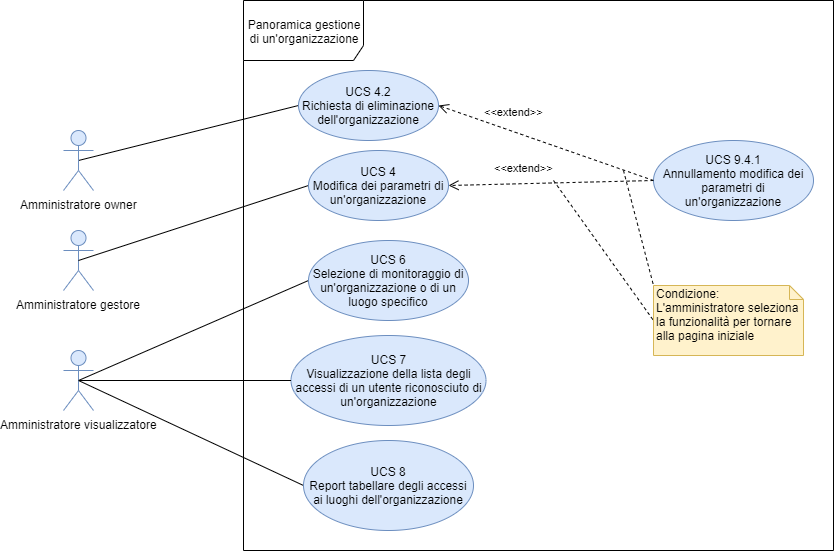
The draw.io diagram DocumentazioneEsterna/AnalisiDeiRequisiti/Sezioni/UseCase/Immagini/PanoramicaGestioneOrganizzazione.png in qb-team/Stalker-Documentazione, before a commit. Source tidied: cells renumbered, new cells last; positions are measured from the earlier drawing's top-left corner, leaving out a move shared by most shapes. The source it was exported from:
```xml
<mxGraphModel>
  <root>
    <mxCell id="0" />
    <mxCell id="1" parent="0" />
    <mxCell id="2" value="Amministratore gestore" style="shape=umlActor;verticalLabelPosition=bottom;labelBackgroundColor=#ffffff;verticalAlign=top;html=1;outlineConnect=0;fillColor=#dae8fc;strokeColor=#6c8ebf;" parent="1" vertex="1">
      <mxGeometry y="230" width="30" height="60" as="geometry" />
    </mxCell>
    <mxCell id="3" value="Panoramica gestione di un'organizzazione" style="shape=umlFrame;whiteSpace=wrap;html=1;width=120;height=60;" parent="1" vertex="1">
      <mxGeometry x="180" width="590" height="550" as="geometry" />
    </mxCell>
    <mxCell id="4" style="endArrow=none;html=1;exitX=0.5;exitY=0.5;exitDx=0;exitDy=0;exitPerimeter=0;entryX=0;entryY=0.5;entryDx=0;entryDy=0;" parent="1" edge="1" source="2" target="5">
      <mxGeometry relative="1" as="geometry" />
    </mxCell>
    <mxCell id="5" value="UCS 4&lt;br&gt;Modifica dei parametri di un'organizzazione" style="ellipse;whiteSpace=wrap;html=1;fillColor=#dae8fc;strokeColor=#6c8ebf;" parent="1" vertex="1">
      <mxGeometry x="245" y="150" width="140" height="70" as="geometry" />
    </mxCell>
    <mxCell id="6" style="endArrow=none;html=1;exitX=0.5;exitY=0.5;exitDx=0;exitDy=0;exitPerimeter=0;entryX=0;entryY=0.5;entryDx=0;entryDy=0;" parent="1" edge="1" source="19" target="7">
      <mxGeometry relative="1" as="geometry" />
    </mxCell>
    <mxCell id="7" value="UCS 6&lt;br&gt;Selezione di monitoraggio di un'organizzazione o di un luogo specifico" style="ellipse;whiteSpace=wrap;html=1;fillColor=#dae8fc;strokeColor=#6c8ebf;" parent="1" vertex="1">
      <mxGeometry x="245" y="240" width="160" height="80" as="geometry" />
    </mxCell>
    <mxCell id="8" value="UCS 7&lt;br&gt;Visualizzazione della lista degli accessi di un utente riconosciuto di un'organizzazione" style="ellipse;whiteSpace=wrap;html=1;fillColor=#dae8fc;strokeColor=#6c8ebf;" parent="1" vertex="1">
      <mxGeometry x="227.5" y="335" width="195" height="90" as="geometry" />
    </mxCell>
    <mxCell id="9" value="&amp;lt;&amp;lt;extend&amp;gt;&amp;gt;" style="html=1;verticalAlign=bottom;endArrow=open;dashed=1;endSize=8;entryX=1;entryY=0.5;entryDx=0;entryDy=0;exitX=0;exitY=0.5;exitDx=0;exitDy=0;" parent="1" edge="1" source="10" target="5">
      <mxGeometry x="0.26" y="-7" relative="1" as="geometry" />
    </mxCell>
    <mxCell id="10" value="UCS 9.4.1&lt;br&gt;Annullamento modifica dei parametri di un'organizzazione" style="ellipse;whiteSpace=wrap;html=1;fillColor=#dae8fc;strokeColor=#6c8ebf;" parent="1" vertex="1">
      <mxGeometry x="590" y="140" width="160" height="80" as="geometry" />
    </mxCell>
    <mxCell id="11" style="endArrow=none;html=1;exitX=0.5;exitY=0.5;exitDx=0;exitDy=0;exitPerimeter=0;entryX=0;entryY=0.5;entryDx=0;entryDy=0;" parent="1" edge="1" source="14" target="12">
      <mxGeometry relative="1" as="geometry" />
    </mxCell>
    <mxCell id="12" value="UCS 4.2&lt;br&gt;Richiesta di eliminazione dell'organizzazione" style="ellipse;whiteSpace=wrap;html=1;fillColor=#dae8fc;strokeColor=#6c8ebf;" parent="1" vertex="1">
      <mxGeometry x="235" y="70" width="140" height="70" as="geometry" />
    </mxCell>
    <mxCell id="13" style="endArrow=none;html=1;exitX=0.5;exitY=0.5;exitDx=0;exitDy=0;exitPerimeter=0;entryX=0;entryY=0.5;entryDx=0;entryDy=0;" parent="1" edge="1" source="19" target="8">
      <mxGeometry relative="1" as="geometry" />
    </mxCell>
    <mxCell id="14" value="Amministratore owner" style="shape=umlActor;verticalLabelPosition=bottom;labelBackgroundColor=#ffffff;verticalAlign=top;html=1;outlineConnect=0;fillColor=#dae8fc;strokeColor=#6c8ebf;" parent="1" vertex="1">
      <mxGeometry y="130" width="30" height="60" as="geometry" />
    </mxCell>
    <mxCell id="15" style="endArrow=none;dashed=1;html=1;entryX=0;entryY=0.5;entryDx=0;entryDy=0;entryPerimeter=0;" parent="1" edge="1" target="16">
      <mxGeometry relative="1" as="geometry">
        <mxPoint x="490" y="180" as="sourcePoint" />
      </mxGeometry>
    </mxCell>
    <mxCell id="16" value="Condizione:&lt;br&gt;L'amministratore seleziona la funzionalità per tornare alla pagina iniziale" style="shape=note;whiteSpace=wrap;html=1;size=14;verticalAlign=top;align=left;spacingTop=-6;fillColor=#fff2cc;strokeColor=#d6b656;" parent="1" vertex="1">
      <mxGeometry x="590" y="285" width="150" height="70" as="geometry" />
    </mxCell>
    <mxCell id="17" value="&amp;lt;&amp;lt;extend&amp;gt;&amp;gt;" style="html=1;verticalAlign=bottom;endArrow=open;dashed=1;endSize=8;entryX=1;entryY=0.5;entryDx=0;entryDy=0;exitX=0;exitY=0.5;exitDx=0;exitDy=0;" parent="1" edge="1" source="10" target="12">
      <mxGeometry x="0.33" y="-11" relative="1" as="geometry" />
    </mxCell>
    <mxCell id="18" style="endArrow=none;dashed=1;html=1;entryX=0;entryY=0;entryDx=0;entryDy=0;entryPerimeter=0;" parent="1" edge="1" target="16">
      <mxGeometry relative="1" as="geometry">
        <mxPoint x="560" y="170" as="sourcePoint" />
      </mxGeometry>
    </mxCell>
    <mxCell id="19" value="Amministratore visualizzatore" style="shape=umlActor;verticalLabelPosition=bottom;labelBackgroundColor=#ffffff;verticalAlign=top;html=1;outlineConnect=0;fillColor=#dae8fc;strokeColor=#6c8ebf;" parent="1" vertex="1">
      <mxGeometry y="350" width="30" height="60" as="geometry" />
    </mxCell>
    <mxCell id="20" style="endArrow=none;html=1;entryX=0.5;entryY=0.5;entryDx=0;entryDy=0;entryPerimeter=0;exitX=0;exitY=0.5;exitDx=0;exitDy=0;" parent="1" edge="1" source="21" target="19">
      <mxGeometry relative="1" as="geometry" />
    </mxCell>
    <mxCell id="21" value="UCS 8&lt;br&gt;Report tabellare degli accessi ai luoghi dell'organizzazione" style="ellipse;whiteSpace=wrap;html=1;fillColor=#dae8fc;strokeColor=#6c8ebf;" parent="1" vertex="1">
      <mxGeometry x="240" y="440" width="170" height="90" as="geometry" />
    </mxCell>
  </root>
</mxGraphModel>
```
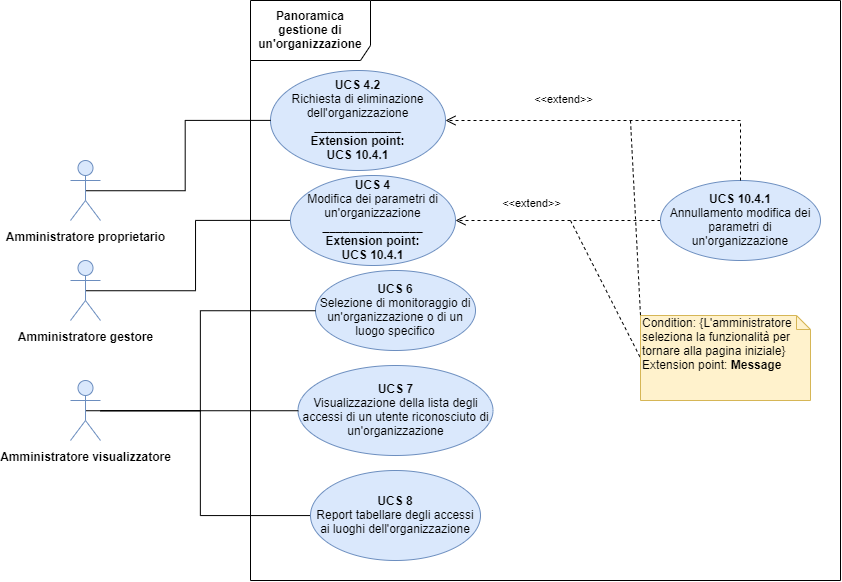
Later version of the same file.

Diff of the diagram source:
```diff
@@ -2,68 +2,82 @@
   <root>
     <mxCell id="0" />
     <mxCell id="1" parent="0" />
+    <mxCell id="4" style="edgeStyle=orthogonalEdgeStyle;rounded=0;jettySize=auto;html=1;entryX=0;entryY=0.5;entryDx=0;entryDy=0;endArrow=none;endFill=0;exitX=0.5;exitY=0.5;exitDx=0;exitDy=0;exitPerimeter=0;" parent="1" edge="1" source="2" target="5">
+      <mxGeometry relative="1" as="geometry" />
+    </mxCell>
-    <mxCell id="2" value="Amministratore gestore" style="shape=umlActor;verticalLabelPosition=bottom;labelBackgroundColor=#ffffff;verticalAlign=top;html=1;outlineConnect=0;fillColor=#dae8fc;strokeColor=#6c8ebf;" parent="1" vertex="1">
+    <mxCell id="2" value="&lt;b&gt;Amministratore gestore&lt;/b&gt;" style="shape=umlActor;verticalLabelPosition=bottom;labelBackgroundColor=#ffffff;verticalAlign=top;html=1;outlineConnect=0;fillColor=#dae8fc;strokeColor=#6c8ebf;" parent="1" vertex="1">
       <mxGeometry y="230" width="30" height="60" as="geometry" />
     </mxCell>
-    <mxCell id="3" value="Panoramica gestione di un'organizzazione" style="shape=umlFrame;whiteSpace=wrap;html=1;width=120;height=60;" parent="1" vertex="1">
-      <mxGeometry x="180" width="590" height="550" as="geometry" />
+    <mxCell id="3" value="&lt;b&gt;Panoramica gestione di un'organizzazione&lt;/b&gt;" style="shape=umlFrame;whiteSpace=wrap;html=1;width=120;height=60;" parent="1" vertex="1">
+      <mxGeometry x="180" y="-30" width="590" height="580" as="geometry" />
     </mxCell>
-    <mxCell id="4" style="endArrow=none;html=1;exitX=0.5;exitY=0.5;exitDx=0;exitDy=0;exitPerimeter=0;entryX=0;entryY=0.5;entryDx=0;entryDy=0;" parent="1" edge="1" source="2" target="5">
-      <mxGeometry relative="1" as="geometry" />
-    </mxCell>
-    <mxCell id="5" value="UCS 4&lt;br&gt;Modifica dei parametri di un'organizzazione" style="ellipse;whiteSpace=wrap;html=1;fillColor=#dae8fc;strokeColor=#6c8ebf;" parent="1" vertex="1">
-      <mxGeometry x="245" y="150" width="140" height="70" as="geometry" />
+    <mxCell id="5" value="&lt;b&gt;UCS 4&lt;br&gt;&lt;/b&gt;Modifica dei parametri di un'organizzazione&lt;br&gt;&lt;b&gt;_______________&lt;br&gt;Extension point:&lt;br&gt;UCS 10.4.1&lt;/b&gt;" style="ellipse;whiteSpace=wrap;html=1;fillColor=#dae8fc;strokeColor=#6c8ebf;" parent="1" vertex="1">
+      <mxGeometry x="220" y="145" width="165" height="90" as="geometry" />
     </mxCell>
-    <mxCell id="6" style="endArrow=none;html=1;exitX=0.5;exitY=0.5;exitDx=0;exitDy=0;exitPerimeter=0;entryX=0;entryY=0.5;entryDx=0;entryDy=0;" parent="1" edge="1" source="19" target="7">
-      <mxGeometry relative="1" as="geometry" />
-    </mxCell>
-    <mxCell id="7" value="UCS 6&lt;br&gt;Selezione di monitoraggio di un'organizzazione o di un luogo specifico" style="ellipse;whiteSpace=wrap;html=1;fillColor=#dae8fc;strokeColor=#6c8ebf;" parent="1" vertex="1">
+    <mxCell id="7" value="&lt;b&gt;UCS 6&lt;br&gt;&lt;/b&gt;Selezione di monitoraggio di un'organizzazione o di un luogo specifico" style="ellipse;whiteSpace=wrap;html=1;fillColor=#dae8fc;strokeColor=#6c8ebf;" parent="1" vertex="1">
       <mxGeometry x="245" y="240" width="160" height="80" as="geometry" />
     </mxCell>
-    <mxCell id="8" value="UCS 7&lt;br&gt;Visualizzazione della lista degli accessi di un utente riconosciuto di un'organizzazione" style="ellipse;whiteSpace=wrap;html=1;fillColor=#dae8fc;strokeColor=#6c8ebf;" parent="1" vertex="1">
+    <mxCell id="8" value="&lt;b&gt;UCS 7&lt;br&gt;&lt;/b&gt;Visualizzazione della lista degli accessi di un utente riconosciuto di un'organizzazione" style="ellipse;whiteSpace=wrap;html=1;fillColor=#dae8fc;strokeColor=#6c8ebf;" parent="1" vertex="1">
       <mxGeometry x="227.5" y="335" width="195" height="90" as="geometry" />
     </mxCell>
     <mxCell id="9" value="&amp;lt;&amp;lt;extend&amp;gt;&amp;gt;" style="html=1;verticalAlign=bottom;endArrow=open;dashed=1;endSize=8;entryX=1;entryY=0.5;entryDx=0;entryDy=0;exitX=0;exitY=0.5;exitDx=0;exitDy=0;" parent="1" edge="1" source="10" target="5">
       <mxGeometry x="0.26" y="-7" relative="1" as="geometry" />
     </mxCell>
-    <mxCell id="10" value="UCS 9.4.1&lt;br&gt;Annullamento modifica dei parametri di un'organizzazione" style="ellipse;whiteSpace=wrap;html=1;fillColor=#dae8fc;strokeColor=#6c8ebf;" parent="1" vertex="1">
-      <mxGeometry x="590" y="140" width="160" height="80" as="geometry" />
+    <mxCell id="10" value="&lt;b&gt;UCS 10.4.1&lt;br&gt;&lt;/b&gt;Annullamento modifica dei parametri di un'organizzazione" style="ellipse;whiteSpace=wrap;html=1;fillColor=#dae8fc;strokeColor=#6c8ebf;" parent="1" vertex="1">
+      <mxGeometry x="590" y="150" width="160" height="80" as="geometry" />
     </mxCell>
+    <mxCell id="12" value="&lt;b&gt;UCS 4.2&lt;br&gt;&lt;/b&gt;Richiesta di eliminazione dell'organizzazione&lt;br&gt;&lt;b&gt;_____________&lt;br&gt;Extension point:&lt;br&gt;UCS 10.4.1&lt;/b&gt;" style="ellipse;whiteSpace=wrap;html=1;fillColor=#dae8fc;strokeColor=#6c8ebf;" parent="1" vertex="1">
+      <mxGeometry x="200" y="40" width="175" height="100" as="geometry" />
+    </mxCell>
-    <mxCell id="11" style="endArrow=none;html=1;exitX=0.5;exitY=0.5;exitDx=0;exitDy=0;exitPerimeter=0;entryX=0;entryY=0.5;entryDx=0;entryDy=0;" parent="1" edge="1" source="14" target="12">
+    <mxCell id="11" style="edgeStyle=orthogonalEdgeStyle;rounded=0;jettySize=auto;html=1;entryX=0;entryY=0.5;entryDx=0;entryDy=0;endArrow=none;endFill=0;exitX=0.5;exitY=0.5;exitDx=0;exitDy=0;exitPerimeter=0;" parent="1" edge="1" source="14" target="12">
       <mxGeometry relative="1" as="geometry" />
     </mxCell>
-    <mxCell id="12" value="UCS 4.2&lt;br&gt;Richiesta di eliminazione dell'organizzazione" style="ellipse;whiteSpace=wrap;html=1;fillColor=#dae8fc;strokeColor=#6c8ebf;" parent="1" vertex="1">
-      <mxGeometry x="235" y="70" width="140" height="70" as="geometry" />
-    </mxCell>
-    <mxCell id="13" style="endArrow=none;html=1;exitX=0.5;exitY=0.5;exitDx=0;exitDy=0;exitPerimeter=0;entryX=0;entryY=0.5;entryDx=0;entryDy=0;" parent="1" edge="1" source="19" target="8">
-      <mxGeometry relative="1" as="geometry" />
-    </mxCell>
-    <mxCell id="14" value="Amministratore owner" style="shape=umlActor;verticalLabelPosition=bottom;labelBackgroundColor=#ffffff;verticalAlign=top;html=1;outlineConnect=0;fillColor=#dae8fc;strokeColor=#6c8ebf;" parent="1" vertex="1">
+    <mxCell id="14" value="&lt;b&gt;Amministratore proprietario&lt;/b&gt;" style="shape=umlActor;verticalLabelPosition=bottom;labelBackgroundColor=#ffffff;verticalAlign=top;html=1;outlineConnect=0;fillColor=#dae8fc;strokeColor=#6c8ebf;" parent="1" vertex="1">
       <mxGeometry y="130" width="30" height="60" as="geometry" />
     </mxCell>
     <mxCell id="15" style="endArrow=none;dashed=1;html=1;entryX=0;entryY=0.5;entryDx=0;entryDy=0;entryPerimeter=0;" parent="1" edge="1" target="16">
       <mxGeometry relative="1" as="geometry">
-        <mxPoint x="490" y="180" as="sourcePoint" />
+        <mxPoint x="500" y="190" as="sourcePoint" />
       </mxGeometry>
     </mxCell>
-    <mxCell id="16" value="Condizione:&lt;br&gt;L'amministratore seleziona la funzionalità per tornare alla pagina iniziale" style="shape=note;whiteSpace=wrap;html=1;size=14;verticalAlign=top;align=left;spacingTop=-6;fillColor=#fff2cc;strokeColor=#d6b656;" parent="1" vertex="1">
-      <mxGeometry x="590" y="285" width="150" height="70" as="geometry" />
+    <mxCell id="16" value="Condition: {L'amministratore seleziona la funzionalità per tornare alla pagina iniziale}&lt;br&gt;Extension point: &lt;b&gt;Message&lt;/b&gt;" style="shape=note;whiteSpace=wrap;html=1;size=14;verticalAlign=top;align=left;spacingTop=-6;fillColor=#fff2cc;strokeColor=#d6b656;" parent="1" vertex="1">
+      <mxGeometry x="570" y="285" width="170" height="85" as="geometry" />
     </mxCell>
-    <mxCell id="17" value="&amp;lt;&amp;lt;extend&amp;gt;&amp;gt;" style="html=1;verticalAlign=bottom;endArrow=open;dashed=1;endSize=8;entryX=1;entryY=0.5;entryDx=0;entryDy=0;exitX=0;exitY=0.5;exitDx=0;exitDy=0;" parent="1" edge="1" source="10" target="12">
-      <mxGeometry x="0.33" y="-11" relative="1" as="geometry" />
+    <mxCell id="17" value="&amp;lt;&amp;lt;extend&amp;gt;&amp;gt;" style="html=1;verticalAlign=bottom;endArrow=open;dashed=1;endSize=8;entryX=1;entryY=0.5;entryDx=0;entryDy=0;exitX=0.5;exitY=0;exitDx=0;exitDy=0;rounded=0;" parent="1" edge="1" source="10" target="12">
+      <mxGeometry x="0.33" y="-11" relative="1" as="geometry">
+        <Array as="points">
+          <mxPoint x="670" y="90" />
+        </Array>
+      </mxGeometry>
     </mxCell>
     <mxCell id="18" style="endArrow=none;dashed=1;html=1;entryX=0;entryY=0;entryDx=0;entryDy=0;entryPerimeter=0;" parent="1" edge="1" target="16">
       <mxGeometry relative="1" as="geometry">
-        <mxPoint x="560" y="170" as="sourcePoint" />
+        <mxPoint x="560" y="90" as="sourcePoint" />
       </mxGeometry>
     </mxCell>
+    <mxCell id="6" style="edgeStyle=orthogonalEdgeStyle;rounded=0;jettySize=auto;html=1;entryX=0;entryY=0.5;entryDx=0;entryDy=0;endArrow=none;endFill=0;exitX=0.5;exitY=0.5;exitDx=0;exitDy=0;exitPerimeter=0;" parent="1" edge="1" source="19" target="7">
+      <mxGeometry relative="1" as="geometry">
+        <Array as="points">
+          <mxPoint x="130" y="380" />
+          <mxPoint x="130" y="280" />
+        </Array>
+      </mxGeometry>
+    </mxCell>
+    <mxCell id="13" style="edgeStyle=orthogonalEdgeStyle;rounded=0;jettySize=auto;html=1;entryX=0;entryY=0.5;entryDx=0;entryDy=0;endArrow=none;endFill=0;" parent="1" edge="1" source="19" target="8">
+      <mxGeometry relative="1" as="geometry" />
+    </mxCell>
+    <mxCell id="22" style="edgeStyle=orthogonalEdgeStyle;rounded=0;jettySize=auto;html=1;entryX=0;entryY=0.5;entryDx=0;entryDy=0;endArrow=none;endFill=0;" parent="1" edge="1" source="19" target="21">
+      <mxGeometry relative="1" as="geometry">
+        <Array as="points">
+          <mxPoint x="130" y="380" />
+          <mxPoint x="130" y="485" />
+        </Array>
+      </mxGeometry>
+    </mxCell>
-    <mxCell id="19" value="Amministratore visualizzatore" style="shape=umlActor;verticalLabelPosition=bottom;labelBackgroundColor=#ffffff;verticalAlign=top;html=1;outlineConnect=0;fillColor=#dae8fc;strokeColor=#6c8ebf;" parent="1" vertex="1">
+    <mxCell id="19" value="&lt;b&gt;Amministratore visualizzatore&lt;/b&gt;" style="shape=umlActor;verticalLabelPosition=bottom;labelBackgroundColor=#ffffff;verticalAlign=top;html=1;outlineConnect=0;fillColor=#dae8fc;strokeColor=#6c8ebf;" parent="1" vertex="1">
       <mxGeometry y="350" width="30" height="60" as="geometry" />
     </mxCell>
-    <mxCell id="20" style="endArrow=none;html=1;entryX=0.5;entryY=0.5;entryDx=0;entryDy=0;entryPerimeter=0;exitX=0;exitY=0.5;exitDx=0;exitDy=0;" parent="1" edge="1" source="21" target="19">
-      <mxGeometry relative="1" as="geometry" />
-    </mxCell>
-    <mxCell id="21" value="UCS 8&lt;br&gt;Report tabellare degli accessi ai luoghi dell'organizzazione" style="ellipse;whiteSpace=wrap;html=1;fillColor=#dae8fc;strokeColor=#6c8ebf;" parent="1" vertex="1">
+    <mxCell id="21" value="&lt;b&gt;UCS 8&lt;/b&gt;&lt;br&gt;Report tabellare degli accessi ai luoghi dell'organizzazione" style="ellipse;whiteSpace=wrap;html=1;fillColor=#dae8fc;strokeColor=#6c8ebf;" parent="1" vertex="1">
       <mxGeometry x="240" y="440" width="170" height="90" as="geometry" />
     </mxCell>
   </root>
```
